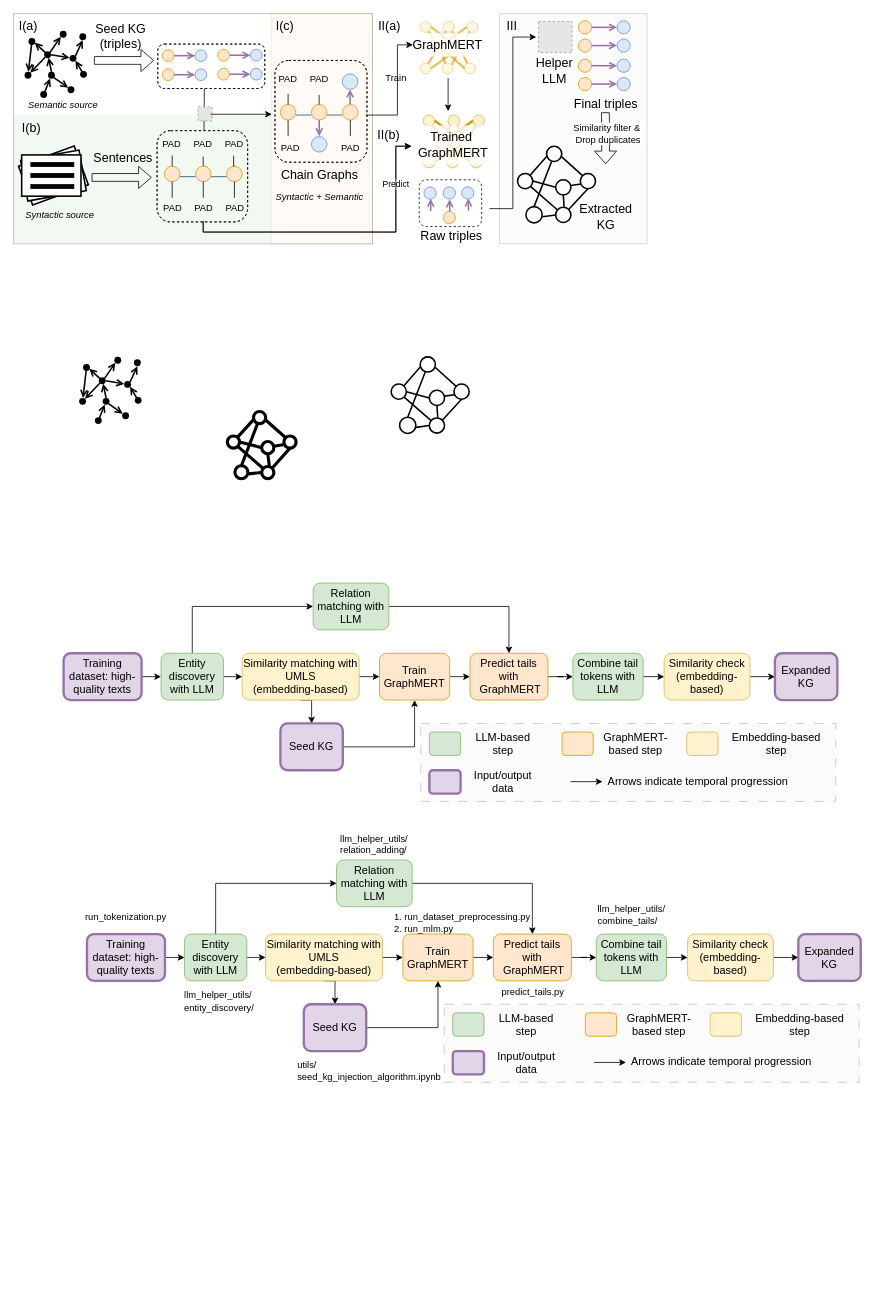
This is page "methodology" (4 of 6) of presentations/pipeline.drawio from across-stars/draw.io, a draw.io file, before an edit. Source tidied: cells renumbered, new cells numbered last; positions are measured from the earlier drawing's top-left corner, leaving out a move shared by most shapes. Both pictures are drawn from the tidied source at 78%, with x=0, y=0 at pixel (13, 13). Pictures stored in the file or linked from it are replaced by grey dashed boxes.
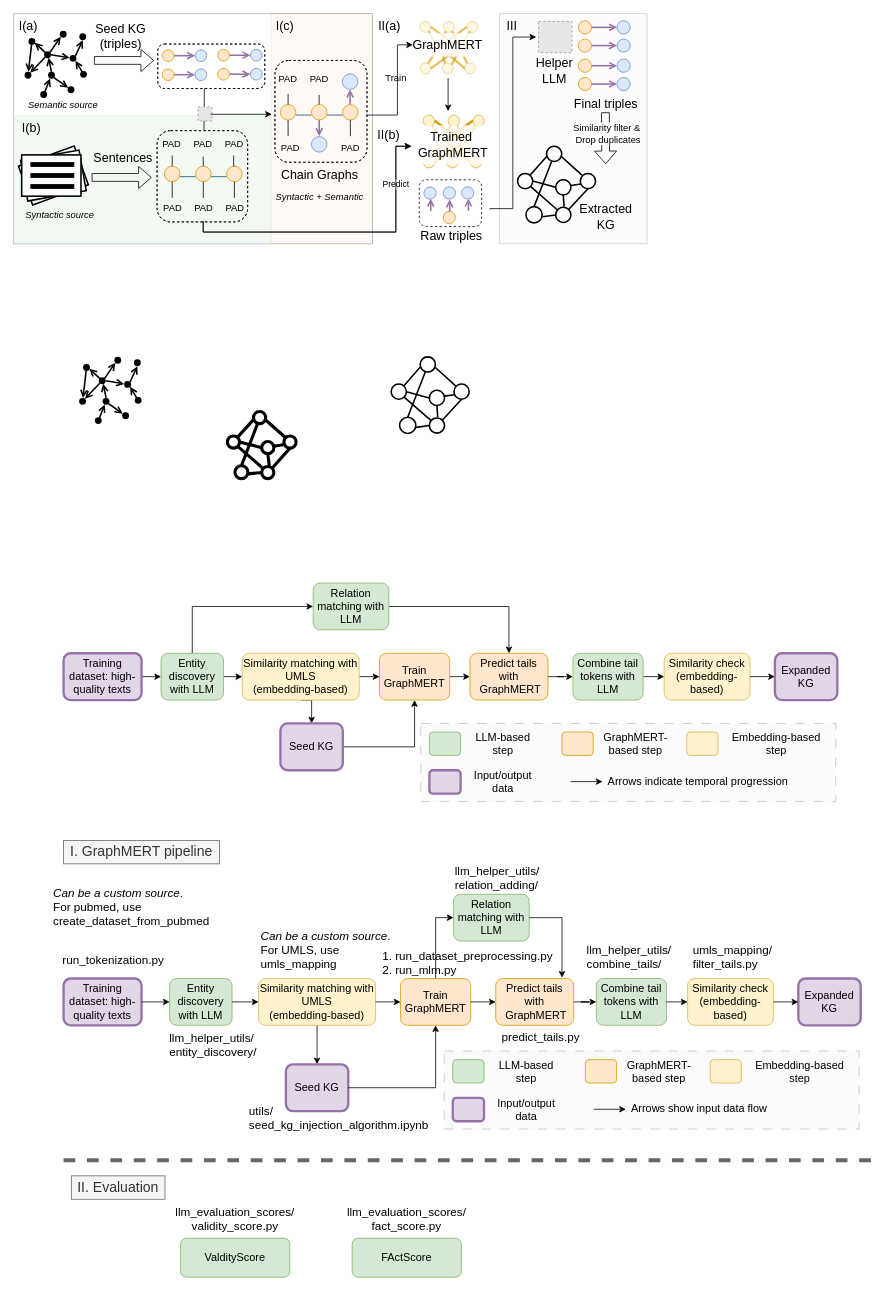
After the change.

The edit, as a diff of the source:
```diff
@@
     <mxCell id="45" style="rounded=0;whiteSpace=wrap;html=1;dashed=1;dashPattern=12 12;fillColor=#f5f5f5;fontColor=#333333;strokeColor=#666666;opacity=40;fontSize=14;" parent="1" vertex="1">
-      <mxGeometry x="552" y="1270" width="532" height="100" as="geometry" />
+      <mxGeometry x="552" y="1330" width="532" height="100" as="geometry" />
     </mxCell>
-    <mxCell id="46" style="edgeStyle=orthogonalEdgeStyle;rounded=0;jettySize=auto;html=1;exitX=1;exitY=0.5;exitDx=0;exitDy=0;entryX=0;entryY=0.5;entryDx=0;entryDy=0;fontSize=14;" parent="1" edge="1" source="47" target="49">
-      <mxGeometry relative="1" as="geometry" />
-    </mxCell>
+    <mxCell id="341" style="edgeStyle=orthogonalEdgeStyle;rounded=0;jettySize=auto;html=1;exitX=0.5;exitY=0;exitDx=0;exitDy=0;entryX=0;entryY=0.5;entryDx=0;entryDy=0;" parent="1" edge="1" source="47" target="66">
+      <mxGeometry relative="1" as="geometry" />
+    </mxCell>
     <mxCell id="47" value="&lt;font&gt;Train&lt;/font&gt;&lt;div&gt;&lt;font&gt;GraphMERT&lt;/font&gt;&lt;/div&gt;" style="rounded=1;whiteSpace=wrap;html=1;fillColor=#ffe6cc;strokeColor=#d79b00;fontSize=14;" parent="1" vertex="1">
-      <mxGeometry x="499" y="1180" width="90" height="60" as="geometry" />
+      <mxGeometry x="496" y="1237" width="90" height="60" as="geometry" />
     </mxCell>
-    <mxCell id="48" style="edgeStyle=orthogonalEdgeStyle;rounded=0;jettySize=auto;html=1;exitX=1;exitY=0.5;exitDx=0;exitDy=0;fontSize=14;" parent="1" edge="1" source="49" target="51">
-      <mxGeometry relative="1" as="geometry" />
-    </mxCell>
     <mxCell id="49" value="&lt;font&gt;Predict tails with&lt;/font&gt;&lt;div&gt;&lt;font&gt;&amp;nbsp;&lt;/font&gt;&lt;span&gt;GraphMERT&lt;/span&gt;&lt;/div&gt;" style="rounded=1;whiteSpace=wrap;html=1;fillColor=#ffe6cc;strokeColor=#d79b00;fontSize=14;" parent="1" vertex="1">
-      <mxGeometry x="615" y="1180" width="100" height="60" as="geometry" />
+      <mxGeometry x="618" y="1237" width="100" height="60" as="geometry" />
     </mxCell>
-    <mxCell id="50" style="edgeStyle=orthogonalEdgeStyle;rounded=0;jettySize=auto;html=1;exitX=1;exitY=0.5;exitDx=0;exitDy=0;entryX=0;entryY=0.5;entryDx=0;entryDy=0;fontSize=14;" parent="1" edge="1" source="51" target="53">
-      <mxGeometry relative="1" as="geometry" />
-    </mxCell>
     <mxCell id="51" value="&lt;font&gt;Combine tail tokens with LLM&lt;/font&gt;" style="rounded=1;whiteSpace=wrap;html=1;fillColor=#d5e8d4;strokeColor=#82b366;fontSize=14;" parent="1" vertex="1">
-      <mxGeometry x="747" y="1180" width="90" height="60" as="geometry" />
+      <mxGeometry x="747" y="1237" width="90" height="60" as="geometry" />
     </mxCell>
-    <mxCell id="52" style="edgeStyle=orthogonalEdgeStyle;rounded=0;jettySize=auto;html=1;exitX=1;exitY=0.5;exitDx=0;exitDy=0;entryX=0;entryY=0.5;entryDx=0;entryDy=0;fontSize=14;" parent="1" edge="1" source="53" target="54">
-      <mxGeometry relative="1" as="geometry" />
-    </mxCell>
     <mxCell id="53" value="&lt;font&gt;Similarity check (embedding-based)&lt;/font&gt;" style="rounded=1;whiteSpace=wrap;html=1;fillColor=#fff2cc;strokeColor=#d6b656;fontSize=14;" parent="1" vertex="1">
-      <mxGeometry x="864" y="1180" width="110" height="60" as="geometry" />
+      <mxGeometry x="864" y="1237" width="110" height="60" as="geometry" />
     </mxCell>
     <mxCell id="54" value="&lt;font&gt;Expanded KG&lt;/font&gt;" style="rounded=1;whiteSpace=wrap;html=1;fillColor=#e1d5e7;strokeColor=#9673a6;strokeWidth=3;fontSize=14;" parent="1" vertex="1">
-      <mxGeometry x="1006" y="1180" width="80" height="60" as="geometry" />
+      <mxGeometry x="1006" y="1237" width="80" height="60" as="geometry" />
     </mxCell>
-    <mxCell id="55" style="edgeStyle=orthogonalEdgeStyle;rounded=0;jettySize=auto;html=1;exitX=1;exitY=0.5;exitDx=0;exitDy=0;entryX=0;entryY=0.5;entryDx=0;entryDy=0;fontSize=14;" parent="1" edge="1" source="57" target="47">
-      <mxGeometry relative="1" as="geometry" />
-    </mxCell>
@@
     <mxCell id="57" value="&lt;font&gt;Similarity matching with UMLS&lt;/font&gt;&lt;div&gt;&lt;font&gt;&lt;span&gt;(embedding-based)&lt;/span&gt;&lt;br&gt;&lt;/font&gt;&lt;/div&gt;" style="rounded=1;whiteSpace=wrap;html=1;fillColor=#fff2cc;strokeColor=#d6b656;fontSize=14;" parent="1" vertex="1">
-      <mxGeometry x="323" y="1180" width="150" height="60" as="geometry" />
+      <mxGeometry x="314" y="1237" width="150" height="60" as="geometry" />
     </mxCell>
-    <mxCell id="58" style="edgeStyle=orthogonalEdgeStyle;rounded=0;jettySize=auto;html=1;exitX=1;exitY=0.5;exitDx=0;exitDy=0;entryX=0;entryY=0.5;entryDx=0;entryDy=0;fontSize=14;" parent="1" edge="1" source="60" target="57">
-      <mxGeometry relative="1" as="geometry" />
-    </mxCell>
-    <mxCell id="59" style="edgeStyle=orthogonalEdgeStyle;rounded=0;jettySize=auto;html=1;exitX=0.5;exitY=0;exitDx=0;exitDy=0;entryX=0;entryY=0.5;entryDx=0;entryDy=0;fontSize=14;" parent="1" edge="1" source="60" target="66">
-      <mxGeometry relative="1" as="geometry" />
-    </mxCell>
     <mxCell id="60" value="&lt;font&gt;Entity discovery with LLM&lt;/font&gt;" style="rounded=1;whiteSpace=wrap;html=1;fillColor=#d5e8d4;strokeColor=#82b366;fontSize=14;" parent="1" vertex="1">
-      <mxGeometry x="219" y="1180" width="80" height="60" as="geometry" />
+      <mxGeometry x="200" y="1237" width="80" height="60" as="geometry" />
     </mxCell>
-    <mxCell id="61" style="edgeStyle=orthogonalEdgeStyle;rounded=0;jettySize=auto;html=1;exitX=1;exitY=0.5;exitDx=0;exitDy=0;entryX=0;entryY=0.5;entryDx=0;entryDy=0;fontSize=14;" parent="1" edge="1" source="62" target="60">
-      <mxGeometry relative="1" as="geometry" />
-    </mxCell>
     <mxCell id="62" value="&lt;font&gt;Training dataset: high-quality texts&lt;/font&gt;" style="rounded=1;whiteSpace=wrap;html=1;fillColor=#e1d5e7;strokeColor=#9673a6;strokeWidth=3;fontSize=14;" parent="1" vertex="1">
-      <mxGeometry x="94" y="1180" width="100" height="60" as="geometry" />
+      <mxGeometry x="64" y="1237" width="100" height="60" as="geometry" />
     </mxCell>
-    <mxCell id="63" style="edgeStyle=orthogonalEdgeStyle;rounded=0;jettySize=auto;html=1;exitX=1;exitY=0.5;exitDx=0;exitDy=0;fontSize=14;" parent="1" edge="1" source="64" target="47">
-      <mxGeometry relative="1" as="geometry" />
-    </mxCell>
     <mxCell id="64" value="&lt;font&gt;Seed KG&lt;/font&gt;" style="rounded=1;whiteSpace=wrap;html=1;fillColor=#e1d5e7;strokeColor=#9673a6;strokeWidth=3;fontSize=14;" parent="1" vertex="1">
-      <mxGeometry x="372" y="1270" width="80" height="60" as="geometry" />
+      <mxGeometry x="349" y="1347" width="80" height="60" as="geometry" />
     </mxCell>
-    <mxCell id="65" style="edgeStyle=orthogonalEdgeStyle;rounded=0;jettySize=auto;html=1;exitX=1;exitY=0.5;exitDx=0;exitDy=0;entryX=0.5;entryY=0;entryDx=0;entryDy=0;fontSize=14;" parent="1" edge="1" source="66" target="49">
-      <mxGeometry relative="1" as="geometry" />
-    </mxCell>
     <mxCell id="66" value="&lt;font&gt;Relation matching with LLM&lt;/font&gt;" style="rounded=1;whiteSpace=wrap;html=1;fillColor=#d5e8d4;strokeColor=#82b366;fontSize=14;" parent="1" vertex="1">
-      <mxGeometry x="414" y="1085" width="97" height="60" as="geometry" />
+      <mxGeometry x="564" y="1129" width="97" height="60" as="geometry" />
     </mxCell>
     <mxCell id="67" style="rounded=1;whiteSpace=wrap;html=1;fillColor=#d5e8d4;strokeColor=#82b366;fontSize=14;" parent="1" vertex="1">
-      <mxGeometry x="563" y="1281" width="40" height="30" as="geometry" />
+      <mxGeometry x="563" y="1341" width="40" height="30" as="geometry" />
     </mxCell>
-    <mxCell id="68" value="&lt;font&gt;LLM-based step&lt;/font&gt;" style="text;html=1;align=center;verticalAlign=middle;whiteSpace=wrap;rounded=0;fontSize=14;" parent="1" vertex="1">
-      <mxGeometry x="607" y="1281" width="101" height="30" as="geometry" />
-    </mxCell>
     <mxCell id="69" style="rounded=1;whiteSpace=wrap;html=1;fillColor=#ffe6cc;strokeColor=#d79b00;fontSize=14;" parent="1" vertex="1">
-      <mxGeometry x="733" y="1281" width="40" height="30" as="geometry" />
+      <mxGeometry x="733" y="1341" width="40" height="30" as="geometry" />
     </mxCell>
-    <mxCell id="70" value="&lt;font&gt;&lt;font&gt;GraphMERT-based step&lt;/font&gt;&lt;/font&gt;" style="text;html=1;align=center;verticalAlign=middle;whiteSpace=wrap;rounded=0;fontSize=14;" parent="1" vertex="1">
-      <mxGeometry x="777" y="1281" width="101" height="30" as="geometry" />
-    </mxCell>
     <mxCell id="71" style="rounded=1;whiteSpace=wrap;html=1;fillColor=#fff2cc;strokeColor=#d6b656;fontSize=14;" parent="1" vertex="1">
-      <mxGeometry x="893" y="1281" width="40" height="30" as="geometry" />
+      <mxGeometry x="893" y="1341" width="40" height="30" as="geometry" />
     </mxCell>
-    <mxCell id="72" value="&lt;font&gt;Embedding-based step&lt;/font&gt;" style="text;html=1;align=center;verticalAlign=middle;whiteSpace=wrap;rounded=0;fontSize=14;" parent="1" vertex="1">
-      <mxGeometry x="936" y="1281" width="144" height="30" as="geometry" />
-    </mxCell>
     <mxCell id="73" style="rounded=1;whiteSpace=wrap;html=1;fillColor=#e1d5e7;strokeColor=#9673a6;strokeWidth=3;fontSize=14;" parent="1" vertex="1">
-      <mxGeometry x="563" y="1330" width="40" height="30" as="geometry" />
+      <mxGeometry x="563" y="1390" width="40" height="30" as="geometry" />
     </mxCell>
-    <mxCell id="74" value="&lt;font&gt;Input/output data&lt;/font&gt;" style="text;html=1;align=center;verticalAlign=middle;whiteSpace=wrap;rounded=0;fontSize=14;" parent="1" vertex="1">
-      <mxGeometry x="607" y="1330" width="101" height="30" as="geometry" />
-    </mxCell>
-    <mxCell id="75" value="&lt;font&gt;Arrows indicate temporal progression&lt;/font&gt;" style="text;html=1;align=left;verticalAlign=middle;whiteSpace=wrap;rounded=0;fontSize=14;" parent="1" vertex="1">
-      <mxGeometry x="790" y="1319" width="235" height="50" as="geometry" />
+    <mxCell id="75" value="&lt;font&gt;Arrows show input data flow&lt;/font&gt;" style="text;html=1;align=left;verticalAlign=middle;whiteSpace=wrap;rounded=0;fontSize=14;" parent="1" vertex="1">
+      <mxGeometry x="790" y="1379" width="235" height="50" as="geometry" />
     </mxCell>
     <mxCell id="76" style="endArrow=classic;html=1;rounded=0;fontSize=14;" parent="1" edge="1">
       <mxGeometry relative="1" as="geometry">
-        <mxPoint x="744" y="1344.6" as="sourcePoint" />
-        <mxPoint x="785" y="1344.6" as="targetPoint" />
+        <mxPoint x="744" y="1404.6" as="sourcePoint" />
+        <mxPoint x="785" y="1404.6" as="targetPoint" />
       </mxGeometry>
     </mxCell>
+    <mxCell id="65" style="edgeStyle=orthogonalEdgeStyle;rounded=0;jettySize=auto;html=1;exitX=1;exitY=0.5;exitDx=0;exitDy=0;entryX=0.85;entryY=-0.017;entryDx=0;entryDy=0;entryPerimeter=0;" parent="1" edge="1" source="66" target="49">
+      <mxGeometry relative="1" as="geometry" />
+    </mxCell>
@@
+    <mxCell id="63" style="edgeStyle=orthogonalEdgeStyle;rounded=0;jettySize=auto;html=1;exitX=1;exitY=0.5;exitDx=0;exitDy=0;fontSize=14;" parent="270" edge="1" source="64" target="47">
+      <mxGeometry relative="1" as="geometry" />
+    </mxCell>
+    <mxCell id="48" style="edgeStyle=orthogonalEdgeStyle;rounded=0;jettySize=auto;html=1;exitX=1;exitY=0.5;exitDx=0;exitDy=0;fontSize=14;" parent="270" edge="1" source="49" target="51">
+      <mxGeometry relative="1" as="geometry" />
+    </mxCell>
+    <mxCell id="61" style="edgeStyle=orthogonalEdgeStyle;rounded=0;jettySize=auto;html=1;exitX=1;exitY=0.5;exitDx=0;exitDy=0;entryX=0;entryY=0.5;entryDx=0;entryDy=0;fontSize=14;" parent="270" edge="1" source="62" target="60">
+      <mxGeometry relative="1" as="geometry" />
+    </mxCell>
+    <mxCell id="58" style="edgeStyle=orthogonalEdgeStyle;rounded=0;jettySize=auto;html=1;exitX=1;exitY=0.5;exitDx=0;exitDy=0;entryX=0;entryY=0.5;entryDx=0;entryDy=0;fontSize=14;" parent="270" edge="1" source="60" target="57">
+      <mxGeometry relative="1" as="geometry" />
+    </mxCell>
+    <mxCell id="55" style="edgeStyle=orthogonalEdgeStyle;rounded=0;jettySize=auto;html=1;exitX=1;exitY=0.5;exitDx=0;exitDy=0;entryX=0;entryY=0.5;entryDx=0;entryDy=0;fontSize=14;" parent="270" edge="1" source="57" target="47">
+      <mxGeometry relative="1" as="geometry" />
+    </mxCell>
+    <mxCell id="46" style="edgeStyle=orthogonalEdgeStyle;rounded=0;jettySize=auto;html=1;exitX=1;exitY=0.5;exitDx=0;exitDy=0;entryX=0;entryY=0.5;entryDx=0;entryDy=0;fontSize=14;" parent="270" edge="1" source="47" target="49">
+      <mxGeometry relative="1" as="geometry" />
+    </mxCell>
+    <mxCell id="50" style="edgeStyle=orthogonalEdgeStyle;rounded=0;jettySize=auto;html=1;exitX=1;exitY=0.5;exitDx=0;exitDy=0;entryX=0;entryY=0.5;entryDx=0;entryDy=0;fontSize=14;" parent="270" edge="1" source="51" target="53">
+      <mxGeometry relative="1" as="geometry" />
+    </mxCell>
+    <mxCell id="52" style="edgeStyle=orthogonalEdgeStyle;rounded=0;jettySize=auto;html=1;exitX=1;exitY=0.5;exitDx=0;exitDy=0;entryX=0;entryY=0.5;entryDx=0;entryDy=0;fontSize=14;" parent="270" edge="1" source="53" target="54">
+      <mxGeometry relative="1" as="geometry" />
+    </mxCell>
+    <mxCell id="342" value="&lt;div&gt;&lt;i&gt;Can be a custom source&lt;/i&gt;.&lt;br&gt;&lt;/div&gt;&lt;div&gt;For pubmed, use&lt;/div&gt;&lt;div&gt;create_dataset_from_pubmed&lt;/div&gt;" style="text;html=1;whiteSpace=wrap;strokeColor=none;fillColor=none;align=left;verticalAlign=middle;rounded=0;fontSize=15;" parent="270" vertex="1">
+      <mxGeometry x="49" y="1120" width="200" height="50" as="geometry" />
+    </mxCell>
+    <mxCell id="343" value="&lt;div&gt;&lt;i&gt;Can be a custom source&lt;/i&gt;.&lt;br&gt;&lt;/div&gt;&lt;div&gt;For UMLS, use umls_mapping&lt;/div&gt;" style="text;html=1;whiteSpace=wrap;strokeColor=none;fillColor=none;align=left;verticalAlign=middle;rounded=0;fontSize=15;" parent="270" vertex="1">
+      <mxGeometry x="315" y="1170" width="170" height="60" as="geometry" />
+    </mxCell>
+    <mxCell id="344" value="umls_mapping/&lt;div&gt;filter_tails.py&lt;/div&gt;" style="text;html=1;whiteSpace=wrap;strokeColor=none;fillColor=none;align=left;verticalAlign=middle;rounded=0;fontSize=15;" parent="270" vertex="1">
+      <mxGeometry x="869" y="1190" width="107" height="37" as="geometry" />
+    </mxCell>
+    <mxCell id="345" value="ValdityScore" style="rounded=1;whiteSpace=wrap;html=1;fillColor=#d5e8d4;strokeColor=#82b366;fontSize=14;" parent="270" vertex="1">
+      <mxGeometry x="214" y="1570" width="140" height="50" as="geometry" />
+    </mxCell>
+    <mxCell id="346" value="&lt;font style=&quot;font-size: 15px;&quot;&gt;llm_evaluation_scores/&lt;/font&gt;&lt;div&gt;&lt;font&gt;&lt;span style=&quot;font-size: 15px;&quot;&gt;validity_score.py&lt;/span&gt;&lt;br&gt;&lt;/font&gt;&lt;/div&gt;" style="text;html=1;whiteSpace=wrap;strokeColor=none;fillColor=none;align=center;verticalAlign=middle;rounded=0;" parent="270" vertex="1">
+      <mxGeometry x="234" y="1530" width="100" height="30" as="geometry" />
+    </mxCell>
+    <mxCell id="347" value="FActScore" style="rounded=1;whiteSpace=wrap;html=1;fillColor=#d5e8d4;strokeColor=#82b366;fontSize=14;" parent="270" vertex="1">
+      <mxGeometry x="434" y="1570" width="140" height="50" as="geometry" />
+    </mxCell>
+    <mxCell id="348" value="&lt;font style=&quot;font-size: 15px;&quot;&gt;llm_evaluation_scores/&lt;/font&gt;&lt;div&gt;&lt;font&gt;&lt;span style=&quot;font-size: 15px;&quot;&gt;fact_score.py&lt;/span&gt;&lt;br&gt;&lt;/font&gt;&lt;/div&gt;" style="text;html=1;whiteSpace=wrap;strokeColor=none;fillColor=none;align=center;verticalAlign=middle;rounded=0;" parent="270" vertex="1">
+      <mxGeometry x="454" y="1530" width="100" height="30" as="geometry" />
+    </mxCell>
+    <mxCell id="349" value="&lt;font style=&quot;font-size: 18px;&quot;&gt;II. Evaluation&lt;/font&gt;" style="text;html=1;whiteSpace=wrap;strokeColor=#666666;fillColor=#f5f5f5;align=center;verticalAlign=middle;rounded=0;fontColor=#333333;" parent="270" vertex="1">
+      <mxGeometry x="74" y="1490" width="120" height="30" as="geometry" />
+    </mxCell>
+    <mxCell id="350" value="&lt;font style=&quot;font-size: 18px;&quot;&gt;I. GraphMERT pipeline&lt;/font&gt;" style="text;html=1;whiteSpace=wrap;strokeColor=#666666;fillColor=#f5f5f5;align=center;verticalAlign=middle;rounded=0;fontColor=#333333;" parent="270" vertex="1">
+      <mxGeometry x="64" y="1060" width="200" height="30" as="geometry" />
+    </mxCell>
+    <mxCell id="351" style="endArrow=none;html=1;rounded=0;strokeWidth=5;fillColor=#f5f5f5;strokeColor=#666666;dashed=1;" parent="270" edge="1">
+      <mxGeometry relative="1" as="geometry">
+        <mxPoint x="64" y="1470" as="sourcePoint" />
+        <mxPoint x="1104" y="1470" as="targetPoint" />
+      </mxGeometry>
+    </mxCell>
@@
+    <mxCell id="337" value="llm_helper_utils/&lt;div&gt;relation_adding/&lt;/div&gt;" style="text;html=1;whiteSpace=wrap;strokeColor=none;fillColor=none;align=left;verticalAlign=middle;rounded=0;fontSize=15;" parent="290" vertex="1">
+      <mxGeometry x="564" y="1093" width="60" height="30" as="geometry" />
+    </mxCell>
+    <mxCell id="338" value="&lt;div&gt;1.&amp;nbsp;run_dataset_preprocessing.py&lt;/div&gt;2. run_mlm.py&amp;nbsp;" style="text;html=1;whiteSpace=wrap;strokeColor=none;fillColor=none;align=left;verticalAlign=middle;rounded=0;fontSize=15;" parent="290" vertex="1">
+      <mxGeometry x="471" y="1202" width="179" height="30" as="geometry" />
+    </mxCell>
+    <mxCell id="340" value="llm_helper_utils/&lt;div&gt;combine_tails/&lt;/div&gt;" style="text;html=1;whiteSpace=wrap;strokeColor=none;fillColor=none;align=left;verticalAlign=middle;rounded=0;fontSize=15;" parent="290" vertex="1">
+      <mxGeometry x="733" y="1190" width="107" height="37" as="geometry" />
+    </mxCell>
-    <mxCell id="334" value="&lt;font style=&quot;font-size: 12px;&quot;&gt;run_tokenization.py&lt;/font&gt;&lt;div&gt;&lt;br&gt;&lt;/div&gt;" style="text;html=1;whiteSpace=wrap;strokeColor=none;fillColor=none;align=center;verticalAlign=middle;rounded=0;fontSize=14;" parent="290" vertex="1">
-      <mxGeometry x="114" y="1150" width="60" height="30" as="geometry" />
+    <mxCell id="334" value="&lt;font&gt;run_tokenization.py&lt;/font&gt;&lt;div&gt;&lt;br&gt;&lt;/div&gt;" style="text;html=1;whiteSpace=wrap;strokeColor=none;fillColor=none;align=center;verticalAlign=middle;rounded=0;fontSize=15;" parent="290" vertex="1">
+      <mxGeometry x="98" y="1207" width="60" height="30" as="geometry" />
     </mxCell>
-    <mxCell id="335" value="&lt;div&gt;&lt;span style=&quot;font-size: 12px;&quot;&gt;llm_helper_utils/&lt;/span&gt;&lt;br&gt;&lt;/div&gt;&lt;div&gt;&lt;span style=&quot;font-size: 12px;&quot;&gt;entity_discovery/&lt;/span&gt;&lt;br&gt;&lt;/div&gt;" style="text;html=1;whiteSpace=wrap;strokeColor=none;fillColor=none;align=left;verticalAlign=middle;rounded=0;fontSize=14;" parent="290" vertex="1">
-      <mxGeometry x="216.6" y="1250" width="60" height="30" as="geometry" />
+    <mxCell id="335" value="&lt;div&gt;&lt;span&gt;llm_helper_utils/&lt;/span&gt;&lt;br&gt;&lt;/div&gt;&lt;div&gt;&lt;span&gt;entity_discovery/&lt;/span&gt;&lt;br&gt;&lt;/div&gt;" style="text;html=1;whiteSpace=wrap;strokeColor=none;fillColor=none;align=left;verticalAlign=middle;rounded=0;fontSize=15;" parent="290" vertex="1">
+      <mxGeometry x="197.6" y="1307" width="60" height="30" as="geometry" />
     </mxCell>
-    <mxCell id="336" value="&lt;div&gt;utils/&lt;/div&gt;seed_kg_injection_algorithm.ipynb" style="text;html=1;whiteSpace=wrap;strokeColor=none;fillColor=none;align=left;verticalAlign=middle;rounded=0;" parent="290" vertex="1">
-      <mxGeometry x="362" y="1340" width="60" height="30" as="geometry" />
+    <mxCell id="336" value="&lt;div&gt;utils/&lt;/div&gt;seed_kg_injection_algorithm.ipynb" style="text;html=1;whiteSpace=wrap;strokeColor=none;fillColor=none;align=left;verticalAlign=middle;rounded=0;fontSize=15;" parent="290" vertex="1">
+      <mxGeometry x="300" y="1394" width="206" height="42" as="geometry" />
     </mxCell>
-    <mxCell id="337" value="llm_helper_utils/&lt;div&gt;relation_adding/&lt;/div&gt;" style="text;html=1;whiteSpace=wrap;strokeColor=none;fillColor=none;align=left;verticalAlign=middle;rounded=0;" parent="290" vertex="1">
-      <mxGeometry x="417" y="1050" width="60" height="30" as="geometry" />
-    </mxCell>
-    <mxCell id="338" value="&lt;div&gt;1.&amp;nbsp;run_dataset_preprocessing.py&lt;/div&gt;2. run_mlm.py&amp;nbsp;" style="text;html=1;whiteSpace=wrap;strokeColor=none;fillColor=none;align=left;verticalAlign=middle;rounded=0;" parent="290" vertex="1">
-      <mxGeometry x="486" y="1151" width="60" height="30" as="geometry" />
-    </mxCell>
-    <mxCell id="339" value="predict_tails.py&amp;nbsp;" style="text;html=1;whiteSpace=wrap;strokeColor=none;fillColor=none;align=left;verticalAlign=middle;rounded=0;" parent="290" vertex="1">
-      <mxGeometry x="624" y="1240" width="60" height="30" as="geometry" />
+    <mxCell id="339" value="predict_tails.py&amp;nbsp;" style="text;html=1;whiteSpace=wrap;strokeColor=none;fillColor=none;align=left;verticalAlign=middle;rounded=0;fontSize=15;" parent="290" vertex="1">
+      <mxGeometry x="624" y="1297" width="60" height="30" as="geometry" />
     </mxCell>
-    <mxCell id="340" value="llm_helper_utils/&lt;div&gt;combine_tails/&lt;/div&gt;" style="text;html=1;whiteSpace=wrap;strokeColor=none;fillColor=none;align=left;verticalAlign=middle;rounded=0;" parent="290" vertex="1">
-      <mxGeometry x="747" y="1140" width="60" height="30" as="geometry" />
-    </mxCell>
+    <mxCell id="68" value="&lt;font&gt;LLM-based step&lt;/font&gt;" style="text;html=1;align=center;verticalAlign=middle;whiteSpace=wrap;rounded=0;fontSize=14;" parent="290" vertex="1">
+      <mxGeometry x="607" y="1341" width="101" height="30" as="geometry" />
+    </mxCell>
+    <mxCell id="74" value="&lt;font&gt;Input/output data&lt;/font&gt;" style="text;html=1;align=center;verticalAlign=middle;whiteSpace=wrap;rounded=0;fontSize=14;" parent="290" vertex="1">
+      <mxGeometry x="607" y="1390" width="101" height="30" as="geometry" />
+    </mxCell>
+    <mxCell id="70" value="&lt;font&gt;&lt;font&gt;GraphMERT-based step&lt;/font&gt;&lt;/font&gt;" style="text;html=1;align=center;verticalAlign=middle;whiteSpace=wrap;rounded=0;fontSize=14;" parent="290" vertex="1">
+      <mxGeometry x="777" y="1341" width="101" height="30" as="geometry" />
+    </mxCell>
+    <mxCell id="72" value="&lt;font&gt;Embedding-based step&lt;/font&gt;" style="text;html=1;align=center;verticalAlign=middle;whiteSpace=wrap;rounded=0;fontSize=14;" parent="290" vertex="1">
+      <mxGeometry x="936" y="1341" width="144" height="30" as="geometry" />
+    </mxCell>
```
